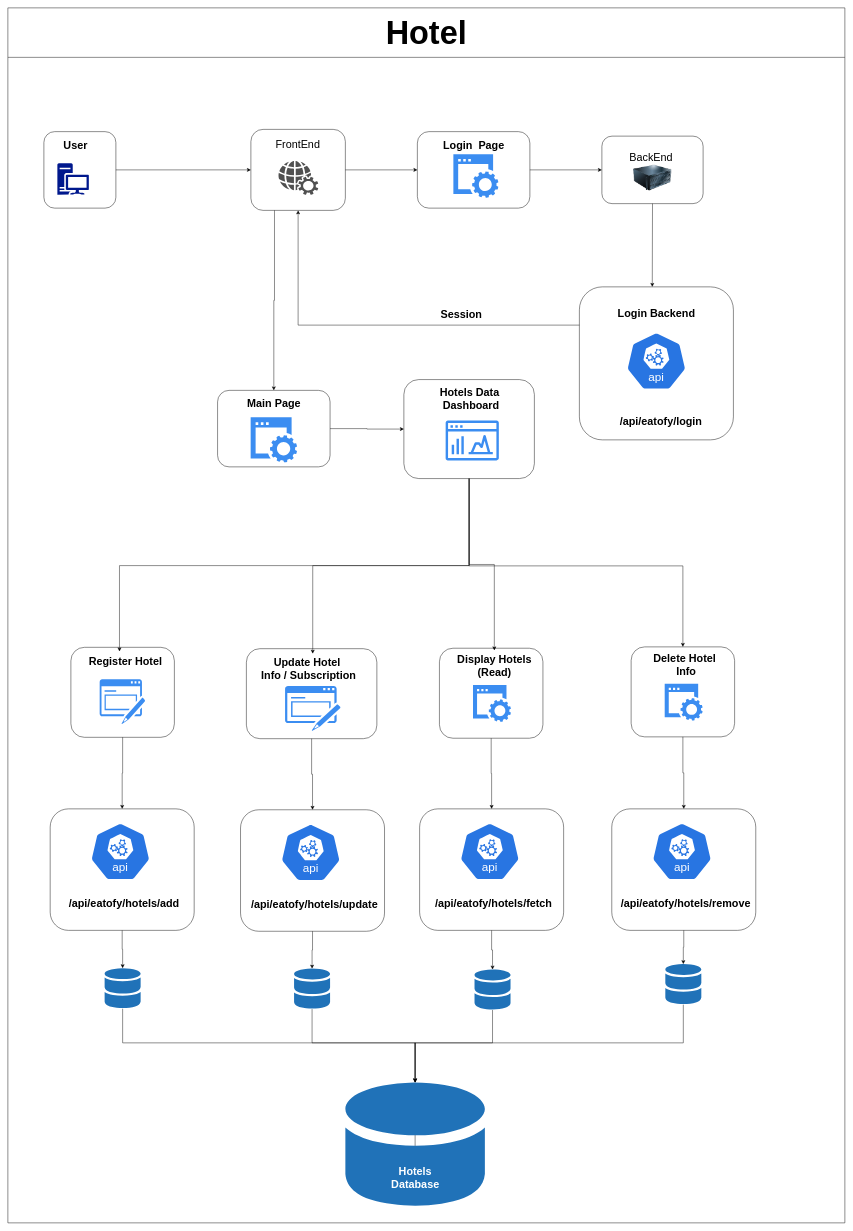
Before: page "Hotels" (2 of 6) of eatofy.drawio in appnichetechnologies/Eatofy-System-Design, a draw.io diagram. Source tidied: cells renumbered, new cells numbered last; positions are measured from the earlier drawing's top-left corner, leaving out a move shared by most shapes. Both pictures are drawn from the tidied source at 45%, with x=0, y=0 at pixel (8, 8).
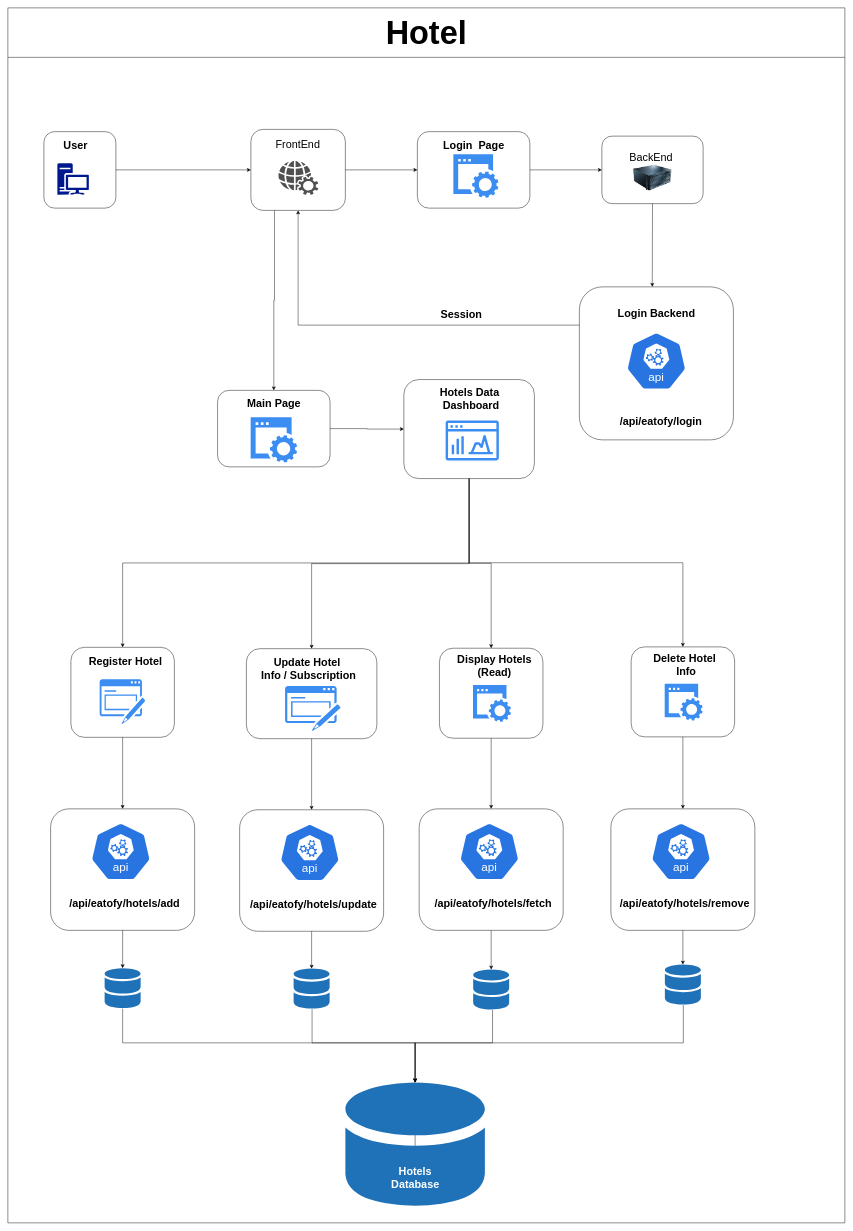
The same page after the edit.

Unchanged cells that the change refers to:
```xml
<mxCell id="45" style="rounded=1;whiteSpace=wrap;html=1;fillColor=none;" parent="44" vertex="1">
  <mxGeometry width="230" height="200" as="geometry" />
</mxCell>
<mxCell id="46" value="&lt;font style=&quot;font-size: 24px;&quot;&gt;&lt;b&gt;Register Hotel&lt;/b&gt;&lt;br&gt;&lt;/font&gt;" style="text;html=1;align=center;verticalAlign=middle;points=[];strokeColor=none;fillColor=none;" parent="44" vertex="1">
  <mxGeometry x="21" y="11.8" width="200" height="40" as="geometry" />
</mxCell>
<mxCell id="49" style="rounded=1;whiteSpace=wrap;html=1;fillColor=none;" parent="48" vertex="1">
  <mxGeometry width="290" height="200" as="geometry" />
</mxCell>
<mxCell id="50" value="&lt;div&gt;&lt;font style=&quot;font-size: 24px;&quot;&gt;&lt;b&gt; Update Hotel&amp;nbsp;&lt;/b&gt;&lt;/font&gt;&lt;/div&gt;&lt;div&gt;&lt;font style=&quot;font-size: 24px;&quot;&gt;&lt;b&gt;Info / Subscription&lt;br&gt;&lt;/b&gt;&lt;/font&gt;&lt;/div&gt;" style="text;html=1;align=center;verticalAlign=middle;points=[];strokeColor=none;fillColor=none;" parent="48" vertex="1">
  <mxGeometry x="12.7" y="8.8" width="250" height="70" as="geometry" />
</mxCell>
<mxCell id="55" style="rounded=1;whiteSpace=wrap;html=1;fillColor=none;" parent="53" vertex="1">
  <mxGeometry width="230" height="200" as="geometry" />
</mxCell>
<mxCell id="56" value="&lt;div&gt;&lt;font style=&quot;font-size: 24px;&quot;&gt;&lt;b&gt;Display Hotels&lt;/b&gt;&lt;/font&gt;&lt;/div&gt;&lt;div&gt;&lt;font style=&quot;font-size: 24px;&quot;&gt;&lt;b&gt;(Read)&lt;br&gt;&lt;/b&gt;&lt;/font&gt;&lt;/div&gt;" style="text;html=1;align=center;verticalAlign=middle;points=[];strokeColor=none;fillColor=none;" parent="53" vertex="1">
  <mxGeometry x="22" y="4.8" width="200" height="70" as="geometry" />
</mxCell>
<mxCell id="59" style="rounded=1;whiteSpace=wrap;html=1;fillColor=none;" parent="57" vertex="1">
  <mxGeometry width="230" height="200" as="geometry" />
</mxCell>
<mxCell id="62" style="rounded=1;whiteSpace=wrap;html=1;fillColor=none;" parent="61" vertex="1">
  <mxGeometry width="290" height="220" as="geometry" />
</mxCell>
```

Change to the diagram source:
```diff
@@
     <mxCell id="38" style="sketch=0;shadow=0;dashed=0;html=1;strokeColor=none;labelPosition=center;verticalLabelPosition=bottom;verticalAlign=top;outlineConnect=0;align=center;shape=mxgraph.office.databases.database_mini_2;fillColor=#2072B8;" parent="1" vertex="1">
-      <mxGeometry x="636" y="2135" width="80" height="90" as="geometry" />
+      <mxGeometry x="635" y="2135" width="80" height="90" as="geometry" />
     </mxCell>
@@
     <mxCell id="40" style="sketch=0;shadow=0;dashed=0;html=1;strokeColor=none;labelPosition=center;verticalLabelPosition=bottom;verticalAlign=top;outlineConnect=0;align=center;shape=mxgraph.office.databases.database_mini_2;fillColor=#2072B8;" parent="1" vertex="1">
-      <mxGeometry x="1037" y="2137" width="80" height="90" as="geometry" />
+      <mxGeometry x="1034" y="2137" width="80" height="90" as="geometry" />
     </mxCell>
@@
     <mxCell id="42" style="sketch=0;shadow=0;dashed=0;html=1;strokeColor=none;labelPosition=center;verticalLabelPosition=bottom;verticalAlign=top;outlineConnect=0;align=center;shape=mxgraph.office.databases.database_mini_2;fillColor=#2072B8;" parent="1" vertex="1">
-      <mxGeometry x="1461" y="2125" width="80" height="90" as="geometry" />
+      <mxGeometry x="1460" y="2126" width="80" height="90" as="geometry" />
     </mxCell>
@@
-    <mxCell id="66" style="edgeStyle=orthogonalEdgeStyle;rounded=0;jettySize=auto;html=1;exitX=0.5;exitY=1;exitDx=0;exitDy=0;entryX=0.435;entryY=-0.069;entryDx=0;entryDy=0;entryPerimeter=0;" parent="1" edge="1" source="62" target="46">
-      <mxGeometry relative="1" as="geometry" />
-    </mxCell>
-    <mxCell id="67" style="edgeStyle=orthogonalEdgeStyle;rounded=0;jettySize=auto;html=1;exitX=0.5;exitY=1;exitDx=0;exitDy=0;entryX=0.539;entryY=0.032;entryDx=0;entryDy=0;entryPerimeter=0;" parent="1" edge="1" source="62" target="50">
-      <mxGeometry relative="1" as="geometry" />
-    </mxCell>
-    <mxCell id="68" style="edgeStyle=orthogonalEdgeStyle;rounded=0;jettySize=auto;html=1;exitX=0.5;exitY=1;exitDx=0;exitDy=0;" parent="1" edge="1" source="62" target="56">
-      <mxGeometry relative="1" as="geometry" />
-    </mxCell>
@@
     <mxCell id="70" style="group;" parent="1" vertex="1">
-      <mxGeometry x="94" y="1780" width="320" height="270" as="geometry" />
+      <mxGeometry x="95" y="1780" width="320" height="270" as="geometry" />
     </mxCell>
@@
     <mxCell id="74" style="group;" parent="1" vertex="1">
-      <mxGeometry x="517" y="1782" width="359" height="270" as="geometry" />
+      <mxGeometry x="515" y="1782" width="359" height="270" as="geometry" />
     </mxCell>
@@
     <mxCell id="78" style="group;" parent="1" vertex="1">
-      <mxGeometry x="915" y="1780" width="320" height="270" as="geometry" />
+      <mxGeometry x="914" y="1780" width="320" height="270" as="geometry" />
     </mxCell>
@@
     <mxCell id="82" style="group;" parent="1" vertex="1">
-      <mxGeometry x="1342" y="1780" width="329" height="270" as="geometry" />
+      <mxGeometry x="1340" y="1780" width="329" height="270" as="geometry" />
     </mxCell>
@@
-    <mxCell id="89" style="edgeStyle=orthogonalEdgeStyle;rounded=0;jettySize=auto;html=1;exitX=0.5;exitY=1;exitDx=0;exitDy=0;entryX=0.5;entryY=0;entryDx=0;entryDy=0;" parent="1" edge="1" source="62" target="59">
-      <mxGeometry relative="1" as="geometry">
-        <Array as="points">
-          <mxPoint x="1025" y="1240" />
-          <mxPoint x="1500" y="1240" />
-        </Array>
-      </mxGeometry>
-    </mxCell>
@@
+    <mxCell id="94" style="edgeStyle=orthogonalEdgeStyle;rounded=0;jettySize=auto;html=1;exitX=0.5;exitY=1;exitDx=0;exitDy=0;entryX=0.5;entryY=0;entryDx=0;entryDy=0;" parent="1" edge="1" source="62" target="55">
+      <mxGeometry relative="1" as="geometry" />
+    </mxCell>
+    <mxCell id="89" style="edgeStyle=orthogonalEdgeStyle;rounded=0;jettySize=auto;html=1;exitX=0.5;exitY=1;exitDx=0;exitDy=0;entryX=0.5;entryY=0;entryDx=0;entryDy=0;" parent="1" edge="1" source="62" target="59">
+      <mxGeometry relative="1" as="geometry" />
+    </mxCell>
+    <mxCell id="95" style="edgeStyle=orthogonalEdgeStyle;rounded=0;jettySize=auto;html=1;exitX=0.5;exitY=1;exitDx=0;exitDy=0;entryX=0.5;entryY=0;entryDx=0;entryDy=0;" parent="1" edge="1" source="62" target="49">
+      <mxGeometry relative="1" as="geometry" />
+    </mxCell>
+    <mxCell id="96" style="edgeStyle=orthogonalEdgeStyle;rounded=0;jettySize=auto;html=1;exitX=0.5;exitY=1;exitDx=0;exitDy=0;entryX=0.5;entryY=0;entryDx=0;entryDy=0;" parent="1" edge="1" source="62" target="45">
+      <mxGeometry relative="1" as="geometry" />
+    </mxCell>
```
